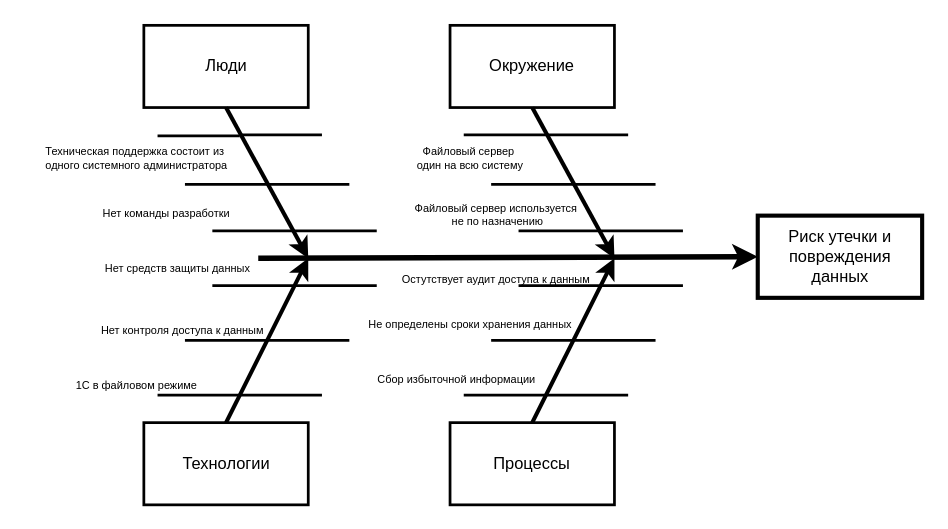
This is Task4/Диаграмма Исикавы.drawio from Laborant90/architecture-medikamente, a draw.io file, before an edit. Source tidied: cells renumbered, new cells numbered last; positions are measured from the earlier drawing's top-left corner, leaving out a move shared by most shapes. Both pictures are drawn from the tidied source at 137%, with x=0, y=0 at pixel (22, 25).
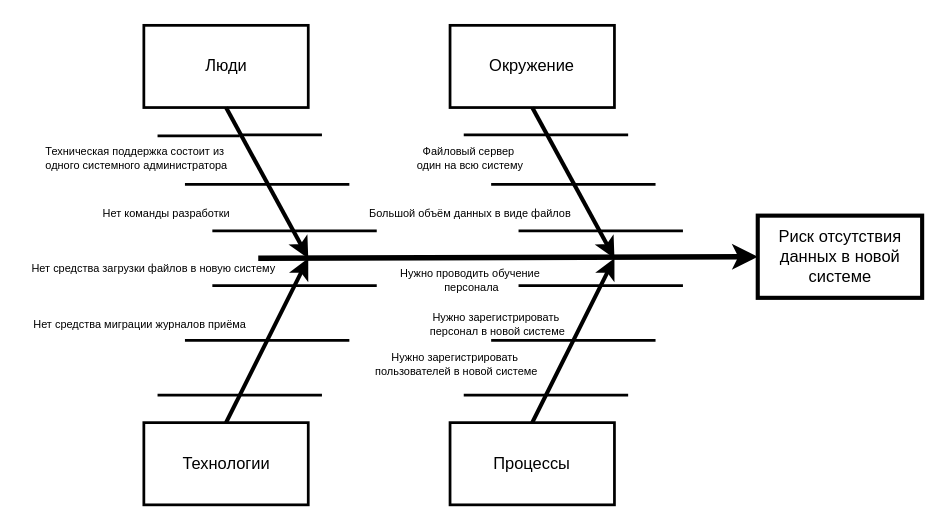
After the change.

What changed in the source:
```diff
@@
-    <mxCell id="4" value="Риск утечки и повреждения данных" style="whiteSpace=wrap;strokeWidth=3;" parent="1" vertex="1">
+    <mxCell id="4" value="Риск отсутствия данных в новой системе" style="whiteSpace=wrap;strokeWidth=3;" parent="1" vertex="1">
       <mxGeometry x="536.6" y="138.9" width="120" height="60" as="geometry" />
     </mxCell>
@@
-    <mxCell id="20" value="Нет средств защиты данных" style="text;spacingTop=-5;fontSize=8;align=center;verticalAlign=middle;" parent="1" vertex="1">
-      <mxGeometry x="98.5" y="170" width="30" height="20" as="geometry" />
+    <mxCell id="20" value="Нет средства загрузки файлов в новую систему " style="text;spacingTop=-5;fontSize=8;align=center;verticalAlign=middle;" parent="1" vertex="1">
+      <mxGeometry x="82" y="170" width="30" height="20" as="geometry" />
     </mxCell>
-    <mxCell id="21" value="Нет контроля доступа к данным" style="text;spacingTop=-5;fontSize=8;align=center;verticalAlign=middle;" parent="1" vertex="1">
-      <mxGeometry x="102" y="215.4" width="30" height="20" as="geometry" />
+    <mxCell id="21" value="Нет средства миграции журналов приёма " style="text;spacingTop=-5;fontSize=8;align=center;verticalAlign=middle;" parent="1" vertex="1">
+      <mxGeometry x="72" y="211" width="30" height="20" as="geometry" />
     </mxCell>
-    <mxCell id="22" value="1С в файловом режиме" style="text;spacingTop=-5;fontSize=8;align=center;verticalAlign=middle;" parent="1" vertex="1">
-      <mxGeometry x="68.5" y="255.4" width="30" height="20" as="geometry" />
-    </mxCell>
@@
-    <mxCell id="40" value="Остутствует аудит доступа к данным " style="text;spacingTop=-5;fontSize=8;align=center;verticalAlign=middle;" parent="1" vertex="1">
-      <mxGeometry x="332" y="178.3" width="30" height="20" as="geometry" />
-    </mxCell>
-    <mxCell id="41" value="Не определены сроки хранения данных" style="text;spacingTop=-5;fontSize=8;align=center;verticalAlign=middle;" parent="1" vertex="1">
-      <mxGeometry x="312" y="211" width="30" height="20" as="geometry" />
+    <mxCell id="41" value="Нужно проводить обучение&#10; персонала" style="text;spacingTop=-5;fontSize=8;align=center;verticalAlign=middle;" parent="1" vertex="1">
+      <mxGeometry x="312" y="178.9" width="30" height="20" as="geometry" />
     </mxCell>
-    <mxCell id="42" value="Сбор избыточной информации" style="text;spacingTop=-5;fontSize=8;align=center;verticalAlign=middle;" parent="1" vertex="1">
-      <mxGeometry x="302" y="251" width="30" height="20" as="geometry" />
+    <mxCell id="42" value="Нужно зарегистрировать &#10;пользователей в новой системе" style="text;spacingTop=-5;fontSize=8;align=center;verticalAlign=middle;" parent="1" vertex="1">
+      <mxGeometry x="302" y="240" width="30" height="20" as="geometry" />
     </mxCell>
@@
-    <mxCell id="45" value="Файловый сервер используется &#10;не по назначению" style="text;spacingTop=-5;fontSize=8;align=center;verticalAlign=middle;" parent="1" vertex="1">
-      <mxGeometry x="332" y="131" width="30" height="20" as="geometry" />
+    <mxCell id="45" value="Большой объём данных в виде файлов" style="text;spacingTop=-5;fontSize=8;align=center;verticalAlign=middle;" parent="1" vertex="1">
+      <mxGeometry x="312" y="130" width="30" height="20" as="geometry" />
     </mxCell>
+    <mxCell id="46" value="Нужно зарегистрировать &#10;персонал в новой системе" style="text;spacingTop=-5;fontSize=8;align=center;verticalAlign=middle;" parent="1" vertex="1">
+      <mxGeometry x="332" y="211" width="30" height="20" as="geometry" />
+    </mxCell>
```
